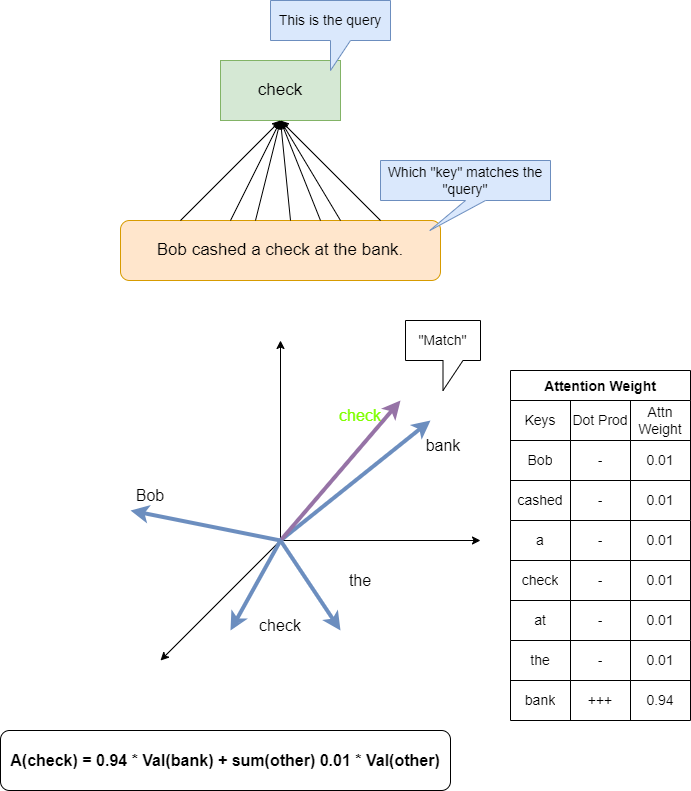
Before: generative_ai_session/q_k_v.drawio.png, a diagram exported from draw.io (eulerianKnight/images). Source tidied: cells renumbered, new cells last; positions are measured from the earlier drawing's top-left corner, leaving out a move shared by most shapes.
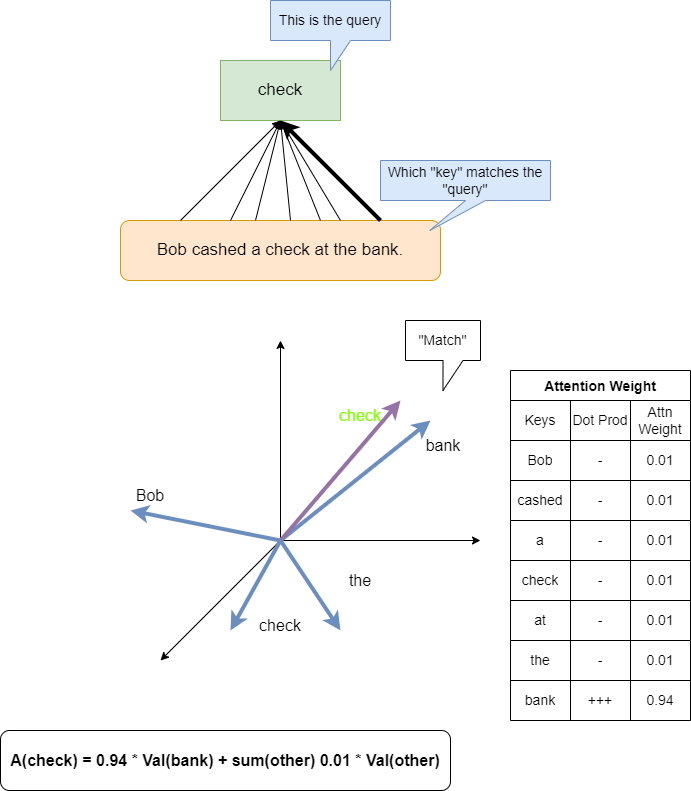
Above is the later version.

What changed in the source:
```diff
@@ -42,7 +42,7 @@
         <mxPoint x="280" y="120" as="targetPoint" />
       </mxGeometry>
     </mxCell>
-    <mxCell id="10" style="endArrow=classic;html=1;rounded=0;fontSize=17;" parent="1" edge="1">
+    <mxCell id="10" style="endArrow=classic;html=1;rounded=0;fontSize=17;strokeWidth=4;" parent="1" edge="1">
       <mxGeometry relative="1" as="geometry">
         <mxPoint x="380" y="220" as="sourcePoint" />
         <mxPoint x="280" y="120" as="targetPoint" />
```
